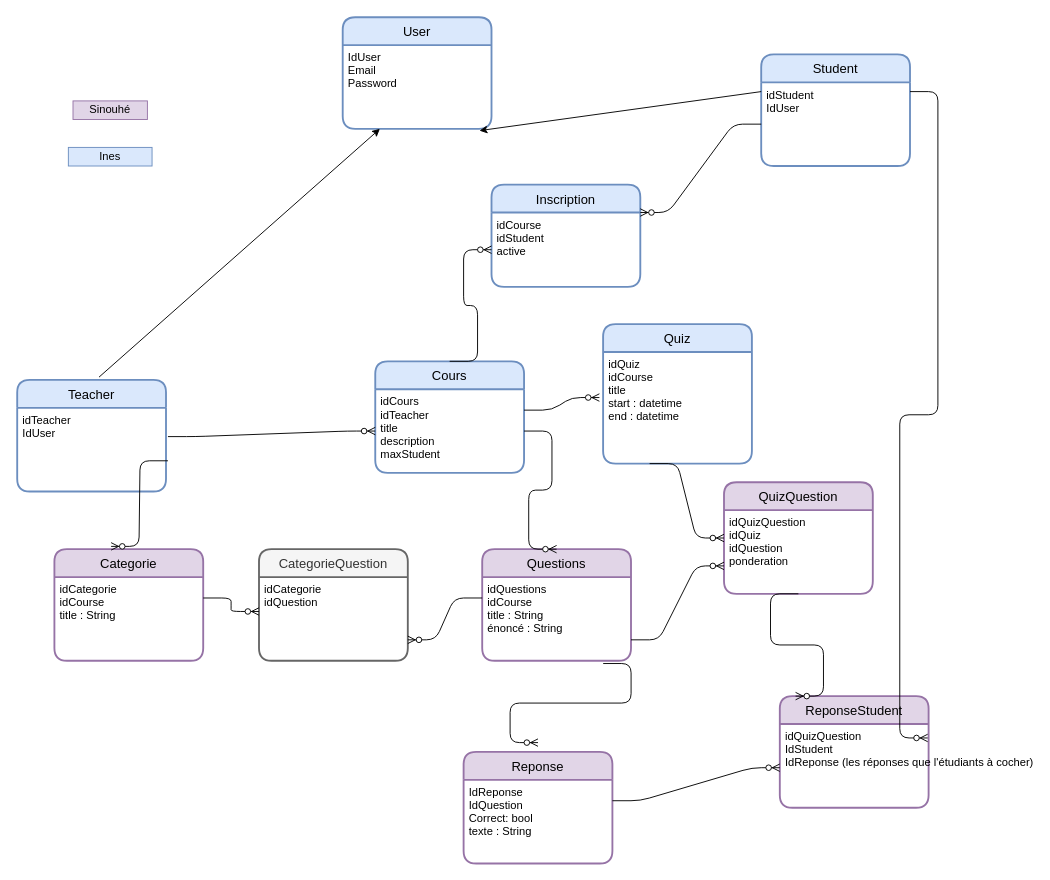
Above: Diagrammes/BD3.drawio in SeverineSchiltz/EPFC_prbd-2021-g01 (draw.io), before the change. Source tidied: cells renumbered, new cells numbered last; positions are measured from the earlier drawing's top-left corner, leaving out a move shared by most shapes. Both pictures are drawn from the tidied source at 93%, with x=0, y=0 at pixel (17, 17).
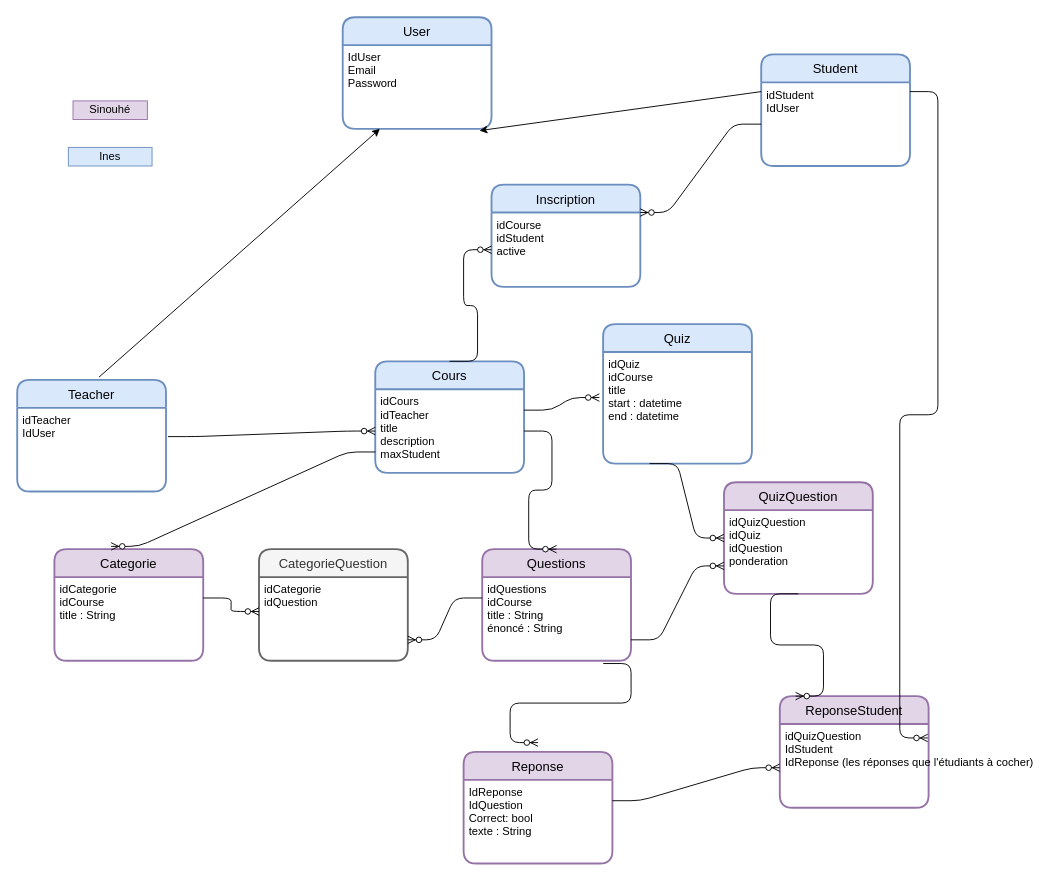
Above is the later version.

Unchanged cells that the change refers to:
```xml
<mxCell id="3" value="idTeacher&#10;IdUser" style="align=left;strokeColor=none;fillColor=none;spacingLeft=4;fontSize=12;verticalAlign=top;" parent="2" vertex="1">
  <mxGeometry y="30" width="160" height="90" as="geometry" />
</mxCell>
<mxCell id="7" value="idCours&#10;idTeacher&#10;title&#10;description&#10;maxStudent" style="align=left;strokeColor=none;fillColor=none;spacingLeft=4;fontSize=12;verticalAlign=top;" parent="6" vertex="1">
  <mxGeometry y="30" width="160" height="90" as="geometry" />
</mxCell>
<mxCell id="17" value="Categorie" style="swimlane;horizontal=1;startSize=30;rounded=1;fontSize=14;fontStyle=0;strokeWidth=2;shadow=0;dashed=0;align=center;fillColor=#e1d5e7;strokeColor=#9673a6;" parent="1" vertex="1">
  <mxGeometry x="40" y="572" width="160" height="120" as="geometry" />
</mxCell>
```

What changed in the source:
```diff
@@
-    <mxCell id="43" style="edgeStyle=entityRelationEdgeStyle;fontSize=12;html=1;endArrow=ERzeroToMany;endFill=1;exitX=1.013;exitY=0.633;exitDx=0;exitDy=0;entryX=0.381;entryY=-0.025;entryDx=0;entryDy=0;exitPerimeter=0;entryPerimeter=0;" parent="1" edge="1" source="3" target="17">
+    <mxCell id="43" style="edgeStyle=entityRelationEdgeStyle;fontSize=12;html=1;endArrow=ERzeroToMany;endFill=1;exitX=0;exitY=0.75;exitDx=0;exitDy=0;entryX=0.381;entryY=-0.025;entryDx=0;entryDy=0;entryPerimeter=0;" parent="1" edge="1" source="7" target="17">
       <mxGeometry relative="1" as="geometry" />
     </mxCell>
```
